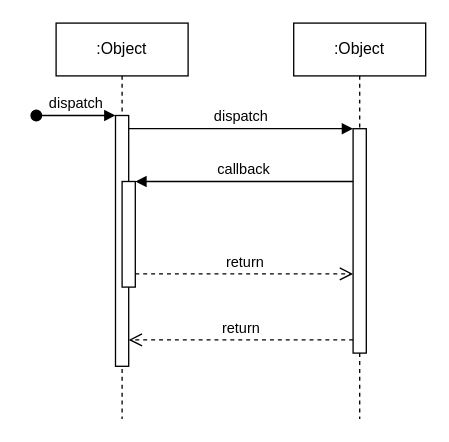
Earlier version of the draw.io diagram draw-io/.drawio (wasilzafar/assets). Source tidied: cells renumbered, new cells numbered last; positions are measured from the earlier drawing's top-left corner, leaving out a move shared by most shapes. Both pictures are drawn from the tidied source at 132%, with x=0, y=0 at pixel (36, 22).
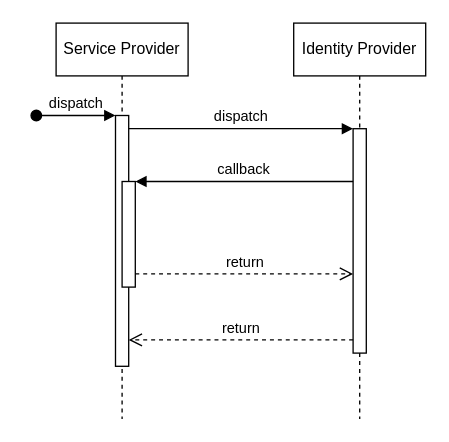
Above is the later version.

Diff of the diagram source:
```diff
@@
 <mxGraphModel>
   <root>
     <mxCell id="0" />
     <mxCell id="1" parent="0" />
-    <mxCell id="2" value=":Object" style="shape=umlLifeline;perimeter=lifelinePerimeter;whiteSpace=wrap;html=1;newEdgeStyle={&quot;edgeStyle&quot;:&quot;elbowEdgeStyle&quot;,&quot;elbow&quot;:&quot;vertical&quot;,&quot;curved&quot;:0,&quot;rounded&quot;:0};" parent="1" vertex="1">
+    <mxCell id="2" value="Service Provider" style="shape=umlLifeline;perimeter=lifelinePerimeter;whiteSpace=wrap;html=1;newEdgeStyle={&quot;edgeStyle&quot;:&quot;elbowEdgeStyle&quot;,&quot;elbow&quot;:&quot;vertical&quot;,&quot;curved&quot;:0,&quot;rounded&quot;:0};" parent="1" vertex="1">
       <mxGeometry x="15" width="100" height="300" as="geometry" />
     </mxCell>
     <mxCell id="3" style="html=1;points=[];perimeter=orthogonalPerimeter;outlineConnect=0;targetShapes=umlLifeline;portConstraint=eastwest;newEdgeStyle={&quot;edgeStyle&quot;:&quot;elbowEdgeStyle&quot;,&quot;elbow&quot;:&quot;vertical&quot;,&quot;curved&quot;:0,&quot;rounded&quot;:0};" parent="2" vertex="1">
       <mxGeometry x="45" y="70" width="10" height="190" as="geometry" />
     </mxCell>
     <mxCell id="4" value="dispatch" style="html=1;verticalAlign=bottom;startArrow=oval;endArrow=block;startSize=8;edgeStyle=elbowEdgeStyle;elbow=vertical;curved=0;rounded=0;" parent="2" edge="1" target="3">
       <mxGeometry relative="1" as="geometry">
         <mxPoint x="-15" y="70" as="sourcePoint" />
       </mxGeometry>
     </mxCell>
     <mxCell id="5" style="html=1;points=[];perimeter=orthogonalPerimeter;outlineConnect=0;targetShapes=umlLifeline;portConstraint=eastwest;newEdgeStyle={&quot;edgeStyle&quot;:&quot;elbowEdgeStyle&quot;,&quot;elbow&quot;:&quot;vertical&quot;,&quot;curved&quot;:0,&quot;rounded&quot;:0};" parent="2" vertex="1">
       <mxGeometry x="50" y="120" width="10" height="80" as="geometry" />
     </mxCell>
-    <mxCell id="6" value=":Object" style="shape=umlLifeline;perimeter=lifelinePerimeter;whiteSpace=wrap;html=1;newEdgeStyle={&quot;edgeStyle&quot;:&quot;elbowEdgeStyle&quot;,&quot;elbow&quot;:&quot;vertical&quot;,&quot;curved&quot;:0,&quot;rounded&quot;:0};" parent="1" vertex="1">
+    <mxCell id="6" value="Identity Provider" style="shape=umlLifeline;perimeter=lifelinePerimeter;whiteSpace=wrap;html=1;newEdgeStyle={&quot;edgeStyle&quot;:&quot;elbowEdgeStyle&quot;,&quot;elbow&quot;:&quot;vertical&quot;,&quot;curved&quot;:0,&quot;rounded&quot;:0};" parent="1" vertex="1">
       <mxGeometry x="195" width="100" height="300" as="geometry" />
     </mxCell>
     <mxCell id="7" style="html=1;points=[];perimeter=orthogonalPerimeter;outlineConnect=0;targetShapes=umlLifeline;portConstraint=eastwest;newEdgeStyle={&quot;edgeStyle&quot;:&quot;elbowEdgeStyle&quot;,&quot;elbow&quot;:&quot;vertical&quot;,&quot;curved&quot;:0,&quot;rounded&quot;:0};" parent="6" vertex="1">
       <mxGeometry x="45" y="80" width="10" height="170" as="geometry" />
     </mxCell>
     <mxCell id="8" value="dispatch" style="html=1;verticalAlign=bottom;endArrow=block;edgeStyle=elbowEdgeStyle;elbow=vertical;curved=0;rounded=0;" parent="1" edge="1" source="3" target="7">
       <mxGeometry relative="1" as="geometry">
         <Array as="points">
           <mxPoint x="155" y="80" />
         </Array>
       </mxGeometry>
     </mxCell>
     <mxCell id="9" value="return" style="html=1;verticalAlign=bottom;endArrow=open;dashed=1;endSize=8;edgeStyle=elbowEdgeStyle;elbow=vertical;curved=0;rounded=0;" parent="1" edge="1" source="7" target="3">
       <mxGeometry relative="1" as="geometry">
         <Array as="points">
           <mxPoint x="165" y="240" />
         </Array>
       </mxGeometry>
     </mxCell>
     <mxCell id="10" value="callback" style="html=1;verticalAlign=bottom;endArrow=block;edgeStyle=elbowEdgeStyle;elbow=vertical;curved=0;rounded=0;" parent="1" edge="1" source="7" target="5">
       <mxGeometry relative="1" as="geometry">
         <Array as="points">
           <mxPoint x="165" y="120" />
         </Array>
       </mxGeometry>
     </mxCell>
     <mxCell id="11" value="return" style="html=1;verticalAlign=bottom;endArrow=open;dashed=1;endSize=8;edgeStyle=elbowEdgeStyle;elbow=vertical;curved=0;rounded=0;" parent="1" edge="1" source="5" target="7">
       <mxGeometry relative="1" as="geometry">
         <Array as="points">
           <mxPoint x="155" y="190" />
         </Array>
       </mxGeometry>
     </mxCell>
   </root>
 </mxGraphModel>
```
